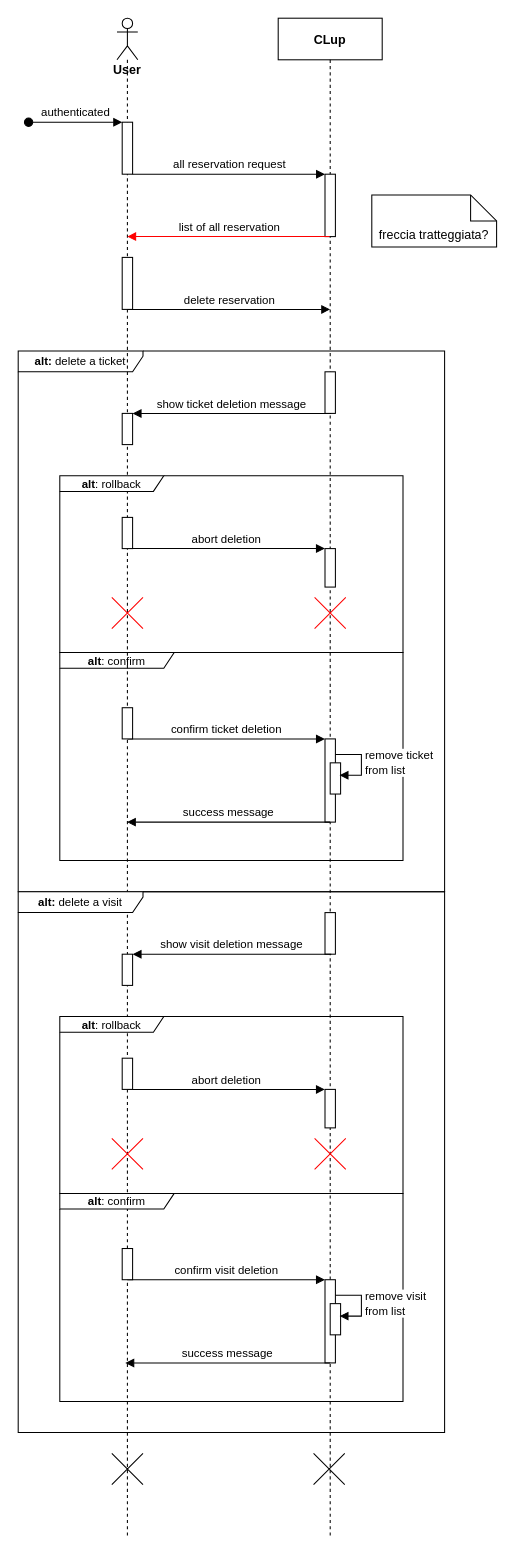
CosimoSguanci/SguanciSpataforaVergani-RASD-DD-ingsw2 keeps this draw.io diagram as RASD/assets/sequence_diagrams/UC7-8 diagram.drawio. Above is the earlier version. Source tidied: cells renumbered, new cells numbered last; positions are measured from the earlier drawing's top-left corner, leaving out a move shared by most shapes. Both pictures are drawn from the tidied source at 104%, with x=0, y=0 at pixel (18, 18).
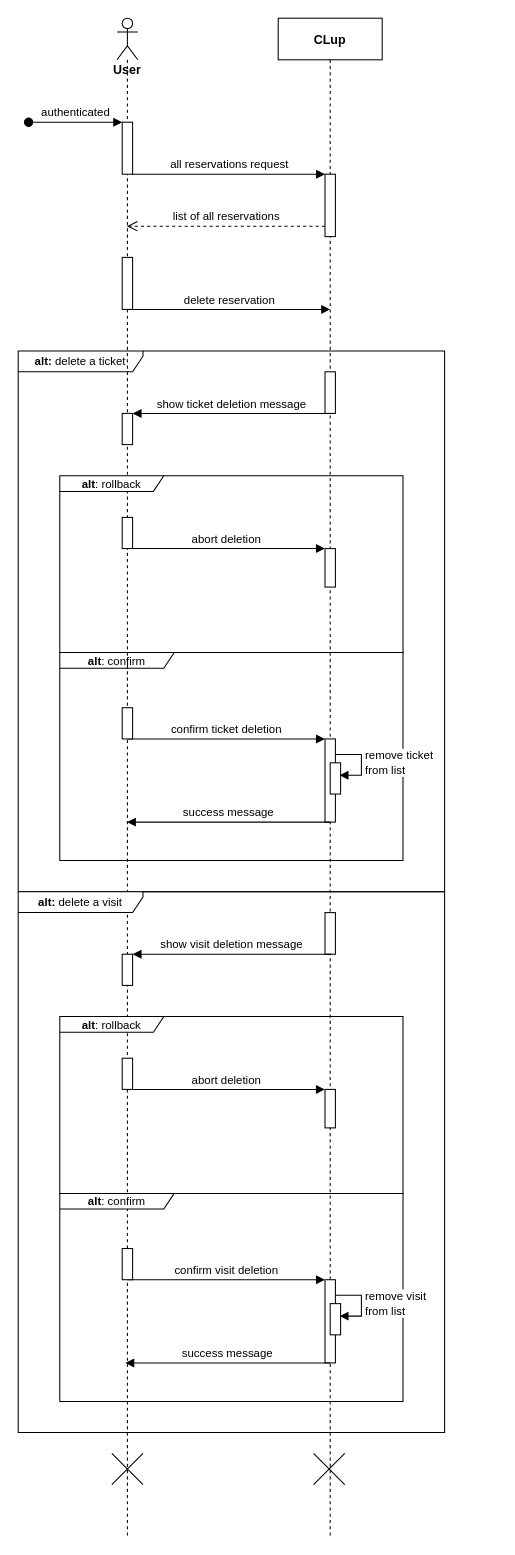
Above is the later version.

Unchanged cells that the change refers to:
```xml
<mxCell id="5" style="html=1;points=[];perimeter=orthogonalPerimeter;" parent="4" vertex="1">
  <mxGeometry x="45" y="150" width="10" height="60" as="geometry" />
</mxCell>
<mxCell id="7" value="&lt;b&gt;User&lt;/b&gt;" style="shape=umlLifeline;participant=umlActor;perimeter=lifelinePerimeter;whiteSpace=wrap;html=1;verticalAlign=top;spacingTop=36;outlineConnect=0;size=40;" parent="1" vertex="1">
  <mxGeometry x="95" width="20" height="1460" as="geometry" />
</mxCell>
```

Change to the diagram source:
```diff
@@
-    <mxCell id="11" value="all reservation request" style="html=1;verticalAlign=bottom;endArrow=block;entryX=0;entryY=0;" parent="1" edge="1" target="5">
+    <mxCell id="11" value="all reservations request" style="html=1;verticalAlign=bottom;endArrow=block;entryX=0;entryY=0;" parent="1" edge="1" target="5">
       <mxGeometry relative="1" as="geometry">
         <mxPoint x="110" y="150" as="sourcePoint" />
       </mxGeometry>
     </mxCell>
-    <mxCell id="12" value="list of all reservation" style="html=1;verticalAlign=bottom;endArrow=block;strokeColor=#FF0000;" parent="1" edge="1">
-      <mxGeometry relative="1" as="geometry">
-        <mxPoint x="299.5" y="210" as="sourcePoint" />
-        <mxPoint x="104.8" y="210" as="targetPoint" />
-        <Array as="points">
-          <mxPoint x="160" y="210" />
-        </Array>
-      </mxGeometry>
-    </mxCell>
-    <mxCell id="13" value="freccia tratteggiata?" style="shape=note2;boundedLbl=1;whiteSpace=wrap;html=1;size=25;verticalAlign=top;align=center;" parent="1" vertex="1">
-      <mxGeometry x="340" y="170" width="120" height="50" as="geometry" />
-    </mxCell>
@@
-    <mxCell id="20" style="shape=umlDestroy;strokeColor=#FF0000;" parent="1" vertex="1">
-      <mxGeometry x="90" y="557" width="30" height="30" as="geometry" />
-    </mxCell>
-    <mxCell id="21" style="shape=umlDestroy;strokeColor=#FF0000;" parent="1" vertex="1">
-      <mxGeometry x="285" y="557" width="30" height="30" as="geometry" />
-    </mxCell>
@@
-    <mxCell id="37" style="shape=umlDestroy;strokeColor=#FF0000;" parent="1" vertex="1">
-      <mxGeometry x="90" y="1077" width="30" height="30" as="geometry" />
-    </mxCell>
-    <mxCell id="38" style="shape=umlDestroy;strokeColor=#FF0000;" parent="1" vertex="1">
-      <mxGeometry x="285" y="1077" width="30" height="30" as="geometry" />
-    </mxCell>
@@
+    <mxCell id="48" value="list of all reservations" style="html=1;verticalAlign=bottom;endArrow=open;dashed=1;endSize=8;" parent="1" edge="1" target="7">
+      <mxGeometry relative="1" as="geometry">
+        <mxPoint x="295" y="200" as="sourcePoint" />
+      </mxGeometry>
+    </mxCell>
```
